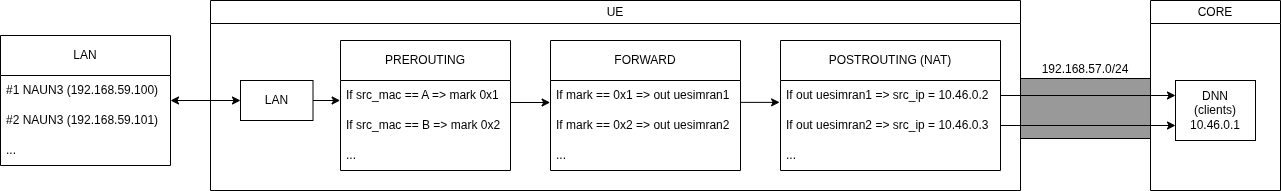
The draw.io diagram docs/5G Emulated Network/topology-Policy Based Routing.png in davidjosearaujo/dissertation, before a commit. Source tidied: cells renumbered, new cells last; positions are measured from the earlier drawing's top-left corner, leaving out a move shared by most shapes.
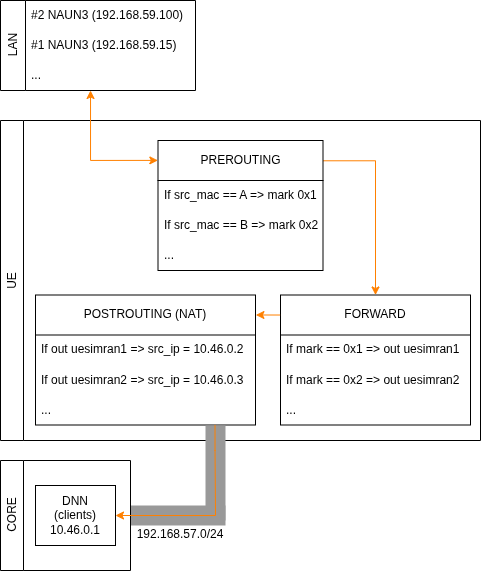
Above is the later version.

Commit message:
Update topology.drawio to reflect changes in browser version and improve diagram layout

Change to the diagram source:
```diff
@@ -2,38 +2,26 @@
   <root>
     <mxCell id="0" />
     <mxCell id="1" parent="0" />
-    <mxCell id="2" style="group;" parent="1" vertex="1">
-      <mxGeometry x="1020" y="60" width="130" height="78" as="geometry" />
-    </mxCell>
-    <mxCell id="3" style="rounded=0;whiteSpace=wrap;html=1;labelBackgroundColor=light-dark(#FFFFFF,#999999);fillColor=light-dark(#999999,#E6E6E6);" parent="2" vertex="1">
-      <mxGeometry y="18" width="130" height="60" as="geometry" />
-    </mxCell>
-    <mxCell id="4" value="192.168.57.0/24" style="text;html=1;align=center;verticalAlign=middle;whiteSpace=wrap;rounded=0;" parent="2" vertex="1">
-      <mxGeometry x="20" width="90" height="18" as="geometry" />
-    </mxCell>
-    <mxCell id="5" value="&lt;span style=&quot;font-weight: normal;&quot;&gt;UE&lt;/span&gt;" style="swimlane;whiteSpace=wrap;html=1;" parent="1" vertex="1">
-      <mxGeometry x="210" width="810" height="190" as="geometry" />
+    <mxCell id="5" value="&lt;span style=&quot;font-weight: normal;&quot;&gt;UE&lt;/span&gt;" style="swimlane;whiteSpace=wrap;html=1;horizontal=0;" parent="1" vertex="1">
+      <mxGeometry x="475" y="80" width="480" height="320" as="geometry" />
     </mxCell>
-    <mxCell id="6" style="edgeStyle=orthogonalEdgeStyle;rounded=0;jettySize=auto;html=1;exitX=1;exitY=0.5;exitDx=0;exitDy=0;entryX=-0.002;entryY=0.679;entryDx=0;entryDy=0;entryPerimeter=0;" parent="5" edge="1" source="7" target="9">
-      <mxGeometry relative="1" as="geometry" />
-    </mxCell>
-    <mxCell id="7" value="LAN" style="rounded=0;whiteSpace=wrap;html=1;" parent="5" vertex="1">
-      <mxGeometry x="30" y="80" width="72.5" height="40" as="geometry" />
-    </mxCell>
+    <mxCell id="16" style="edgeStyle=orthogonalEdgeStyle;rounded=0;jettySize=auto;html=1;exitX=1.002;exitY=0.156;exitDx=0;exitDy=0;exitPerimeter=0;entryX=0.5;entryY=0;entryDx=0;entryDy=0;strokeColor=#FF8000;" parent="5" edge="1" source="8" target="12">
+      <mxGeometry relative="1" as="geometry" />
+    </mxCell>
     <mxCell id="8" value="&lt;div style=&quot;text-align: left;&quot;&gt;&lt;span style=&quot;background-color: transparent; color: light-dark(rgb(0, 0, 0), rgb(255, 255, 255));&quot;&gt;PREROUTING&lt;/span&gt;&lt;/div&gt;" style="swimlane;fontStyle=0;horizontal=1;startSize=40;whiteSpace=wrap;html=1;" parent="5" vertex="1">
-      <mxGeometry x="130" y="40" width="170" height="130" as="geometry" />
+      <mxGeometry x="157.5" y="20" width="165" height="130" as="geometry" />
     </mxCell>
     <mxCell id="9" value="If src_mac == A =&amp;gt; mark 0x1" style="text;strokeColor=none;fillColor=none;align=left;verticalAlign=middle;spacingLeft=4;spacingRight=4;overflow=hidden;points=[[0,0.5],[1,0.5]];portConstraint=eastwest;whiteSpace=wrap;html=1;" parent="8" vertex="1">
-      <mxGeometry y="40" width="170" height="30" as="geometry" />
+      <mxGeometry y="40" width="165" height="30" as="geometry" />
     </mxCell>
     <mxCell id="10" value="If src_mac == B =&amp;gt; mark 0x2" style="text;strokeColor=none;fillColor=none;align=left;verticalAlign=middle;spacingLeft=4;spacingRight=4;overflow=hidden;whiteSpace=wrap;html=1;" parent="8" vertex="1">
-      <mxGeometry y="70" width="170" height="30" as="geometry" />
+      <mxGeometry y="70" width="165" height="30" as="geometry" />
     </mxCell>
     <mxCell id="11" value="..." style="text;strokeColor=none;fillColor=none;align=left;verticalAlign=middle;spacingLeft=4;spacingRight=4;overflow=hidden;whiteSpace=wrap;html=1;" parent="8" vertex="1">
-      <mxGeometry y="100" width="170" height="30" as="geometry" />
+      <mxGeometry y="100" width="165" height="30" as="geometry" />
     </mxCell>
     <mxCell id="12" value="&lt;div style=&quot;text-align: left;&quot;&gt;&lt;span style=&quot;background-color: transparent; color: light-dark(rgb(0, 0, 0), rgb(255, 255, 255));&quot;&gt;FORWARD&lt;/span&gt;&lt;/div&gt;" style="swimlane;fontStyle=0;horizontal=1;startSize=40;whiteSpace=wrap;html=1;" parent="5" vertex="1">
-      <mxGeometry x="340" y="40" width="190" height="130" as="geometry" />
+      <mxGeometry x="280" y="174.5" width="190" height="130" as="geometry" />
     </mxCell>
     <mxCell id="13" value="If mark == 0x1 =&amp;gt; out uesimran1" style="text;strokeColor=none;fillColor=none;align=left;verticalAlign=middle;spacingLeft=4;spacingRight=4;overflow=hidden;points=[[0,0.5],[1,0.5]];portConstraint=eastwest;whiteSpace=wrap;html=1;" parent="12" vertex="1">
       <mxGeometry y="40" width="190" height="30" as="geometry" />
@@ -44,11 +32,8 @@
     <mxCell id="15" value="..." style="text;strokeColor=none;fillColor=none;align=left;verticalAlign=middle;spacingLeft=4;spacingRight=4;overflow=hidden;whiteSpace=wrap;html=1;" parent="12" vertex="1">
       <mxGeometry y="100" width="190" height="30" as="geometry" />
     </mxCell>
-    <mxCell id="16" style="edgeStyle=orthogonalEdgeStyle;rounded=0;jettySize=auto;html=1;exitX=1;exitY=0.733;exitDx=0;exitDy=0;exitPerimeter=0;entryX=-0.002;entryY=0.728;entryDx=0;entryDy=0;entryPerimeter=0;" parent="5" edge="1" source="9" target="13">
-      <mxGeometry relative="1" as="geometry" />
-    </mxCell>
     <mxCell id="17" value="&lt;div style=&quot;text-align: left;&quot;&gt;&lt;span style=&quot;background-color: transparent; color: light-dark(rgb(0, 0, 0), rgb(255, 255, 255));&quot;&gt;POSTROUTING (NAT)&lt;/span&gt;&lt;/div&gt;" style="swimlane;fontStyle=0;horizontal=1;startSize=40;whiteSpace=wrap;html=1;" parent="5" vertex="1">
-      <mxGeometry x="570" y="40" width="220" height="130" as="geometry" />
+      <mxGeometry x="35" y="174.5" width="220" height="130" as="geometry" />
     </mxCell>
     <mxCell id="18" value="If out uesimran1&amp;nbsp;=&amp;gt; src_ip = 10.46.0.2" style="text;strokeColor=none;fillColor=none;align=left;verticalAlign=middle;spacingLeft=4;spacingRight=4;overflow=hidden;points=[[0,0.5],[1,0.5]];portConstraint=eastwest;whiteSpace=wrap;html=1;" parent="17" vertex="1">
       <mxGeometry y="40" width="220" height="30" as="geometry" />
@@ -59,35 +44,51 @@
     <mxCell id="20" value="..." style="text;strokeColor=none;fillColor=none;align=left;verticalAlign=middle;spacingLeft=4;spacingRight=4;overflow=hidden;points=[[0,0.5],[1,0.5]];portConstraint=eastwest;whiteSpace=wrap;html=1;" parent="17" vertex="1">
       <mxGeometry y="100" width="220" height="30" as="geometry" />
     </mxCell>
-    <mxCell id="21" style="edgeStyle=orthogonalEdgeStyle;rounded=0;jettySize=auto;html=1;entryX=-0.004;entryY=0.729;entryDx=0;entryDy=0;exitX=1;exitY=0.729;exitDx=0;exitDy=0;exitPerimeter=0;entryPerimeter=0;" parent="5" edge="1" source="13" target="18">
+    <mxCell id="21" style="edgeStyle=orthogonalEdgeStyle;rounded=0;jettySize=auto;html=1;exitX=-0.002;exitY=0.154;exitDx=0;exitDy=0;exitPerimeter=0;entryX=1.002;entryY=0.153;entryDx=0;entryDy=0;entryPerimeter=0;strokeColor=#FF8000;" parent="5" edge="1" source="12" target="17">
       <mxGeometry relative="1" as="geometry" />
     </mxCell>
+    <mxCell id="31" style="rounded=0;whiteSpace=wrap;html=1;labelBackgroundColor=light-dark(#FFFFFF,#999999);fillColor=light-dark(#999999,#E6E6E6);strokeColor=none;" parent="1" vertex="1">
+      <mxGeometry x="605" y="465" width="95" height="20" as="geometry" />
+    </mxCell>
+    <mxCell id="3" style="rounded=0;whiteSpace=wrap;html=1;labelBackgroundColor=light-dark(#FFFFFF,#999999);fillColor=light-dark(#999999,#E6E6E6);strokeColor=none;" parent="1" vertex="1">
+      <mxGeometry x="680" y="385" width="20" height="95" as="geometry" />
+    </mxCell>
-    <mxCell id="22" value="&lt;span style=&quot;font-weight: 400;&quot;&gt;CORE&lt;/span&gt;" style="swimlane;whiteSpace=wrap;html=1;" parent="1" vertex="1">
-      <mxGeometry x="1150" width="130" height="190" as="geometry" />
+    <mxCell id="22" value="&lt;span style=&quot;font-weight: 400;&quot;&gt;CORE&lt;/span&gt;" style="swimlane;whiteSpace=wrap;html=1;horizontal=0;" parent="1" vertex="1">
+      <mxGeometry x="475" y="420" width="130" height="110" as="geometry" />
     </mxCell>
     <mxCell id="23" value="DNN&lt;div&gt;(clients)&lt;/div&gt;&lt;div&gt;10.46.0.1&lt;/div&gt;" style="rounded=0;whiteSpace=wrap;html=1;" parent="22" vertex="1">
-      <mxGeometry x="25" y="80" width="80" height="60" as="geometry" />
+      <mxGeometry x="35" y="25" width="80" height="60" as="geometry" />
     </mxCell>
-    <mxCell id="24" style="edgeStyle=orthogonalEdgeStyle;rounded=0;jettySize=auto;html=1;entryX=0;entryY=0.5;entryDx=0;entryDy=0;startArrow=classic;startFill=1;" parent="1" edge="1" source="25" target="7">
-      <mxGeometry relative="1" as="geometry" />
+    <mxCell id="24" style="edgeStyle=orthogonalEdgeStyle;rounded=0;jettySize=auto;html=1;entryX=-0.001;entryY=0.153;entryDx=0;entryDy=0;startArrow=classic;startFill=1;entryPerimeter=0;strokeColor=#FF8000;" parent="1" edge="1" source="25" target="8">
+      <mxGeometry relative="1" as="geometry">
+        <Array as="points">
+          <mxPoint x="565" y="120" />
+        </Array>
+      </mxGeometry>
     </mxCell>
-    <mxCell id="25" value="&lt;div style=&quot;text-align: left;&quot;&gt;&lt;span style=&quot;background-color: transparent; color: light-dark(rgb(0, 0, 0), rgb(255, 255, 255));&quot;&gt;LAN&lt;/span&gt;&lt;/div&gt;" style="swimlane;fontStyle=0;horizontal=1;startSize=40;whiteSpace=wrap;html=1;" parent="1" vertex="1">
-      <mxGeometry y="35" width="170" height="130" as="geometry" />
+    <mxCell id="25" value="&lt;div style=&quot;text-align: left;&quot;&gt;&lt;span style=&quot;background-color: transparent; color: light-dark(rgb(0, 0, 0), rgb(255, 255, 255));&quot;&gt;LAN&lt;/span&gt;&lt;/div&gt;" style="swimlane;fontStyle=0;horizontal=0;startSize=25;whiteSpace=wrap;html=1;" parent="1" vertex="1">
+      <mxGeometry x="475" y="-40" width="195" height="90" as="geometry" />
     </mxCell>
+    <mxCell id="27" value="#2 NAUN3 (192.168.59.100)" style="text;strokeColor=none;fillColor=none;align=left;verticalAlign=middle;spacingLeft=4;spacingRight=4;overflow=hidden;whiteSpace=wrap;html=1;" parent="25" vertex="1">
+      <mxGeometry x="25" width="170" height="30" as="geometry" />
+    </mxCell>
-    <mxCell id="26" value="#1 NAUN3 (192.168.59.100)" style="text;strokeColor=none;fillColor=none;align=left;verticalAlign=middle;spacingLeft=4;spacingRight=4;overflow=hidden;whiteSpace=wrap;html=1;" parent="25" vertex="1">
-      <mxGeometry y="40" width="170" height="30" as="geometry" />
+    <mxCell id="26" value="#1 NAUN3 (192.168.59.15)" style="text;strokeColor=none;fillColor=none;align=left;verticalAlign=middle;spacingLeft=4;spacingRight=4;overflow=hidden;whiteSpace=wrap;html=1;" parent="25" vertex="1">
+      <mxGeometry x="25" y="30" width="170" height="30" as="geometry" />
     </mxCell>
-    <mxCell id="27" value="#2 NAUN3 (192.168.59.101)" style="text;strokeColor=none;fillColor=none;align=left;verticalAlign=middle;spacingLeft=4;spacingRight=4;overflow=hidden;whiteSpace=wrap;html=1;" parent="25" vertex="1">
-      <mxGeometry y="70" width="170" height="30" as="geometry" />
-    </mxCell>
     <mxCell id="28" value="..." style="text;strokeColor=none;fillColor=none;align=left;verticalAlign=middle;spacingLeft=4;spacingRight=4;overflow=hidden;whiteSpace=wrap;html=1;" parent="25" vertex="1">
-      <mxGeometry y="100" width="170" height="30" as="geometry" />
+      <mxGeometry x="25" y="60" width="170" height="30" as="geometry" />
     </mxCell>
-    <mxCell id="29" style="edgeStyle=orthogonalEdgeStyle;rounded=0;jettySize=auto;html=1;exitX=1;exitY=0.5;exitDx=0;exitDy=0;entryX=0;entryY=0.25;entryDx=0;entryDy=0;" parent="1" edge="1" source="18" target="23">
-      <mxGeometry relative="1" as="geometry" />
-    </mxCell>
-    <mxCell id="30" style="edgeStyle=orthogonalEdgeStyle;rounded=0;jettySize=auto;html=1;exitX=1;exitY=0.5;exitDx=0;exitDy=0;entryX=0;entryY=0.75;entryDx=0;entryDy=0;" parent="1" edge="1" source="19" target="23">
-      <mxGeometry relative="1" as="geometry" />
+    <mxCell id="30" style="edgeStyle=orthogonalEdgeStyle;rounded=0;jettySize=auto;html=1;exitX=0.816;exitY=0.998;exitDx=0;exitDy=0;entryX=1;entryY=0.5;entryDx=0;entryDy=0;exitPerimeter=0;strokeColor=#FF8000;" parent="1" edge="1" source="20" target="23">
+      <mxGeometry relative="1" as="geometry">
+        <Array as="points">
+          <mxPoint x="690" y="410" />
+          <mxPoint x="690" y="410" />
+          <mxPoint x="690" y="475" />
+        </Array>
+      </mxGeometry>
     </mxCell>
+    <mxCell id="4" value="192.168.57.0/24" style="text;html=1;align=center;verticalAlign=middle;whiteSpace=wrap;rounded=0;rotation=0;" parent="1" vertex="1">
+      <mxGeometry x="610" y="485" width="90" height="18" as="geometry" />
+    </mxCell>
   </root>
 </mxGraphModel>
```
